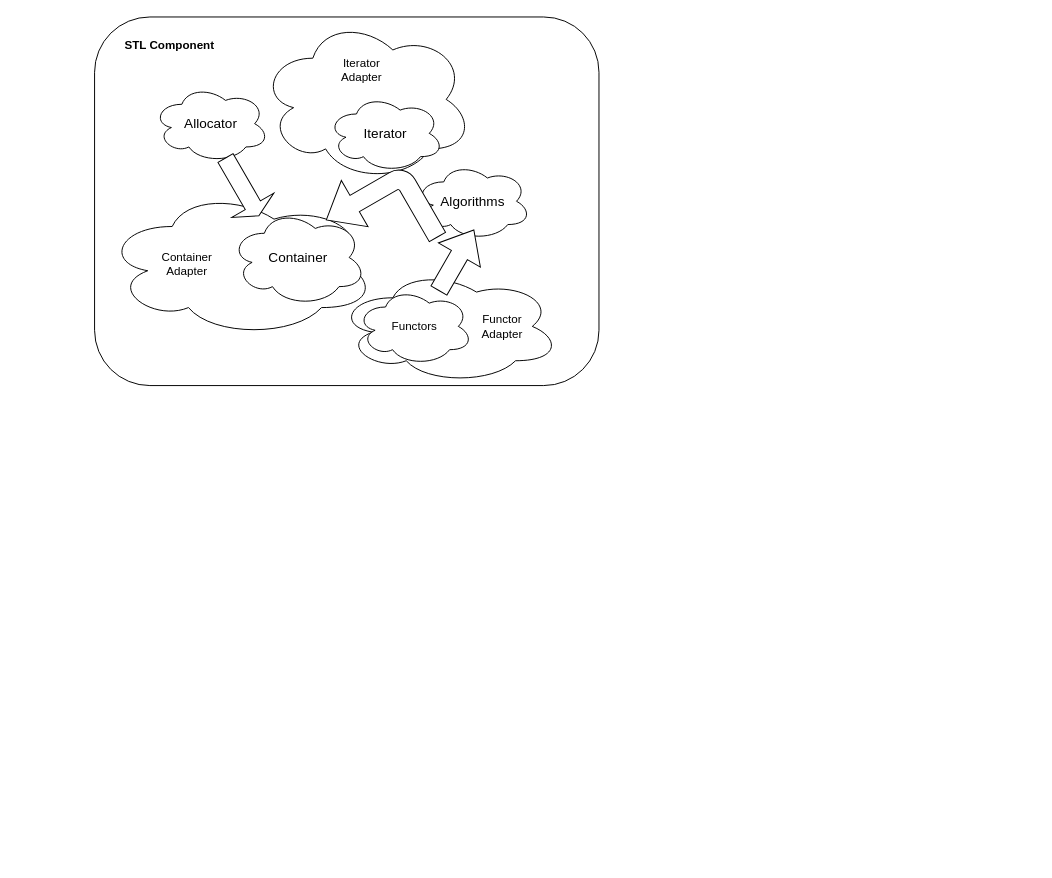
Before: c_plus_plus.drawio in Victor-zyy/blog, a draw.io diagram. Source tidied: cells renumbered, new cells numbered last; positions are measured from the earlier drawing's top-left corner, leaving out a move shared by most shapes. Both pictures are drawn from the tidied source at 97%, with x=0, y=0 at pixel (94, 16).
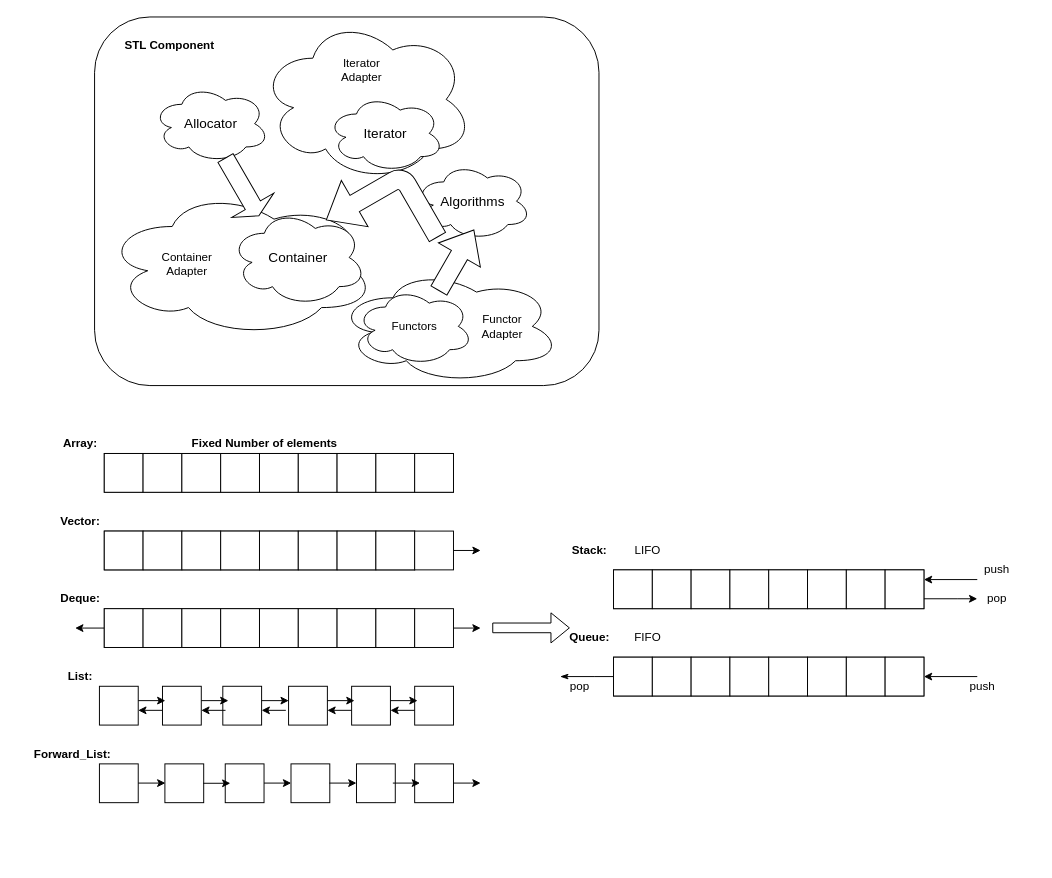
After the change.

Diff of the diagram source:
```diff
@@
+    <mxCell id="18" style="whiteSpace=wrap;html=1;strokeColor=#FFFFFF;" parent="1" vertex="1">
+      <mxGeometry x="-80" y="400" width="1050" height="470" as="geometry" />
+    </mxCell>
@@
+    <mxCell id="19" style="rounded=0;whiteSpace=wrap;html=1;" parent="1" vertex="1">
+      <mxGeometry x="10" y="450" width="360" height="40" as="geometry" />
+    </mxCell>
+    <mxCell id="20" style="rounded=0;whiteSpace=wrap;html=1;" parent="1" vertex="1">
+      <mxGeometry x="10" y="450" width="40" height="40" as="geometry" />
+    </mxCell>
+    <mxCell id="21" style="rounded=0;whiteSpace=wrap;html=1;" parent="1" vertex="1">
+      <mxGeometry x="50" y="450" width="40" height="40" as="geometry" />
+    </mxCell>
+    <mxCell id="22" style="rounded=0;whiteSpace=wrap;html=1;" parent="1" vertex="1">
+      <mxGeometry x="90" y="450" width="40" height="40" as="geometry" />
+    </mxCell>
+    <mxCell id="23" style="rounded=0;whiteSpace=wrap;html=1;" parent="1" vertex="1">
+      <mxGeometry x="130" y="450" width="40" height="40" as="geometry" />
+    </mxCell>
+    <mxCell id="24" style="rounded=0;whiteSpace=wrap;html=1;" parent="1" vertex="1">
+      <mxGeometry x="170" y="450" width="40" height="40" as="geometry" />
+    </mxCell>
+    <mxCell id="25" style="rounded=0;whiteSpace=wrap;html=1;" parent="1" vertex="1">
+      <mxGeometry x="210" y="450" width="40" height="40" as="geometry" />
+    </mxCell>
+    <mxCell id="26" style="rounded=0;whiteSpace=wrap;html=1;" parent="1" vertex="1">
+      <mxGeometry x="250" y="450" width="40" height="40" as="geometry" />
+    </mxCell>
+    <mxCell id="27" style="rounded=0;whiteSpace=wrap;html=1;" parent="1" vertex="1">
+      <mxGeometry x="290" y="450" width="40" height="40" as="geometry" />
+    </mxCell>
+    <mxCell id="28" style="rounded=0;whiteSpace=wrap;html=1;" parent="1" vertex="1">
+      <mxGeometry x="330" y="450" width="40" height="40" as="geometry" />
+    </mxCell>
+    <mxCell id="29" value="&lt;b&gt;Array:&lt;/b&gt;" style="text;html=1;align=center;verticalAlign=middle;" parent="1" vertex="1">
+      <mxGeometry x="-40" y="430" width="50" height="20" as="geometry" />
+    </mxCell>
+    <mxCell id="30" value="&lt;b&gt;Fixed Number of elements&lt;/b&gt;" style="text;html=1;align=center;verticalAlign=middle;" parent="1" vertex="1">
+      <mxGeometry x="90" y="430" width="170" height="20" as="geometry" />
+    </mxCell>
+    <mxCell id="31" value="&lt;b&gt;Vector:&lt;/b&gt;" style="text;html=1;align=center;verticalAlign=middle;" parent="1" vertex="1">
+      <mxGeometry x="-45" y="510" width="60" height="20" as="geometry" />
+    </mxCell>
+    <mxCell id="32" style="rounded=0;whiteSpace=wrap;html=1;" parent="1" vertex="1">
+      <mxGeometry x="10" y="530" width="320" height="40" as="geometry" />
+    </mxCell>
+    <mxCell id="33" style="rounded=0;whiteSpace=wrap;html=1;" parent="1" vertex="1">
+      <mxGeometry x="10" y="530" width="40" height="40" as="geometry" />
+    </mxCell>
+    <mxCell id="34" style="rounded=0;whiteSpace=wrap;html=1;" parent="1" vertex="1">
+      <mxGeometry x="50" y="530" width="40" height="40" as="geometry" />
+    </mxCell>
+    <mxCell id="35" style="rounded=0;whiteSpace=wrap;html=1;" parent="1" vertex="1">
+      <mxGeometry x="90" y="530" width="40" height="40" as="geometry" />
+    </mxCell>
+    <mxCell id="36" style="rounded=0;whiteSpace=wrap;html=1;" parent="1" vertex="1">
+      <mxGeometry x="130" y="530" width="40" height="40" as="geometry" />
+    </mxCell>
+    <mxCell id="37" style="rounded=0;whiteSpace=wrap;html=1;" parent="1" vertex="1">
+      <mxGeometry x="170" y="530" width="40" height="40" as="geometry" />
+    </mxCell>
+    <mxCell id="38" style="rounded=0;whiteSpace=wrap;html=1;" parent="1" vertex="1">
+      <mxGeometry x="210" y="530" width="40" height="40" as="geometry" />
+    </mxCell>
+    <mxCell id="39" style="rounded=0;whiteSpace=wrap;html=1;" parent="1" vertex="1">
+      <mxGeometry x="250" y="530" width="40" height="40" as="geometry" />
+    </mxCell>
+    <mxCell id="40" style="rounded=0;whiteSpace=wrap;html=1;" parent="1" vertex="1">
+      <mxGeometry x="290" y="530" width="40" height="40" as="geometry" />
+    </mxCell>
+    <mxCell id="41" style="edgeStyle=orthogonalEdgeStyle;rounded=0;jettySize=auto;html=1;" parent="1" edge="1" source="42">
+      <mxGeometry relative="1" as="geometry">
+        <mxPoint x="398" y="550" as="targetPoint" />
+      </mxGeometry>
+    </mxCell>
+    <mxCell id="42" style="rounded=0;whiteSpace=wrap;html=1;" parent="1" vertex="1">
+      <mxGeometry x="330" y="530" width="40" height="40" as="geometry" />
+    </mxCell>
+    <mxCell id="43" value="&lt;b&gt;Deque:&lt;/b&gt;" style="text;html=1;align=center;verticalAlign=middle;" parent="1" vertex="1">
+      <mxGeometry x="-45" y="590" width="60" height="20" as="geometry" />
+    </mxCell>
+    <mxCell id="44" style="rounded=0;whiteSpace=wrap;html=1;" parent="1" vertex="1">
+      <mxGeometry x="10" y="610" width="320" height="40" as="geometry" />
+    </mxCell>
+    <mxCell id="45" style="edgeStyle=orthogonalEdgeStyle;rounded=0;jettySize=auto;html=1;" parent="1" edge="1" source="46">
+      <mxGeometry relative="1" as="geometry">
+        <mxPoint x="-20" y="630" as="targetPoint" />
+      </mxGeometry>
+    </mxCell>
+    <mxCell id="46" style="rounded=0;whiteSpace=wrap;html=1;" parent="1" vertex="1">
+      <mxGeometry x="10" y="610" width="40" height="40" as="geometry" />
+    </mxCell>
+    <mxCell id="47" style="rounded=0;whiteSpace=wrap;html=1;" parent="1" vertex="1">
+      <mxGeometry x="50" y="610" width="40" height="40" as="geometry" />
+    </mxCell>
+    <mxCell id="48" style="rounded=0;whiteSpace=wrap;html=1;" parent="1" vertex="1">
+      <mxGeometry x="90" y="610" width="40" height="40" as="geometry" />
+    </mxCell>
+    <mxCell id="49" style="rounded=0;whiteSpace=wrap;html=1;" parent="1" vertex="1">
+      <mxGeometry x="130" y="610" width="40" height="40" as="geometry" />
+    </mxCell>
+    <mxCell id="50" style="rounded=0;whiteSpace=wrap;html=1;" parent="1" vertex="1">
+      <mxGeometry x="170" y="610" width="40" height="40" as="geometry" />
+    </mxCell>
+    <mxCell id="51" style="rounded=0;whiteSpace=wrap;html=1;" parent="1" vertex="1">
+      <mxGeometry x="210" y="610" width="40" height="40" as="geometry" />
+    </mxCell>
+    <mxCell id="52" style="rounded=0;whiteSpace=wrap;html=1;" parent="1" vertex="1">
+      <mxGeometry x="250" y="610" width="40" height="40" as="geometry" />
+    </mxCell>
+    <mxCell id="53" style="rounded=0;whiteSpace=wrap;html=1;" parent="1" vertex="1">
+      <mxGeometry x="290" y="610" width="40" height="40" as="geometry" />
+    </mxCell>
+    <mxCell id="54" style="edgeStyle=orthogonalEdgeStyle;rounded=0;jettySize=auto;html=1;" parent="1" edge="1" source="55">
+      <mxGeometry relative="1" as="geometry">
+        <mxPoint x="398" y="630" as="targetPoint" />
+      </mxGeometry>
+    </mxCell>
+    <mxCell id="55" style="rounded=0;whiteSpace=wrap;html=1;" parent="1" vertex="1">
+      <mxGeometry x="330" y="610" width="40" height="40" as="geometry" />
+    </mxCell>
+    <mxCell id="56" value="&lt;b&gt;List:&lt;/b&gt;" style="text;html=1;align=center;verticalAlign=middle;" parent="1" vertex="1">
+      <mxGeometry x="-35" y="670" width="40" height="20" as="geometry" />
+    </mxCell>
+    <mxCell id="57" style="rounded=0;whiteSpace=wrap;html=1;" parent="1" vertex="1">
+      <mxGeometry x="5" y="690" width="40" height="40" as="geometry" />
+    </mxCell>
+    <mxCell id="58" style="rounded=0;whiteSpace=wrap;html=1;" parent="1" vertex="1">
+      <mxGeometry x="132.2" y="690" width="40" height="40" as="geometry" />
+    </mxCell>
+    <mxCell id="59" style="rounded=0;whiteSpace=wrap;html=1;" parent="1" vertex="1">
+      <mxGeometry x="200" y="690" width="40" height="40" as="geometry" />
+    </mxCell>
+    <mxCell id="60" style="rounded=0;whiteSpace=wrap;html=1;" parent="1" vertex="1">
+      <mxGeometry x="265" y="690" width="40" height="40" as="geometry" />
+    </mxCell>
+    <mxCell id="61" style="rounded=0;whiteSpace=wrap;html=1;" parent="1" vertex="1">
+      <mxGeometry x="330" y="690" width="40" height="40" as="geometry" />
+    </mxCell>
+    <mxCell id="62" style="rounded=0;whiteSpace=wrap;html=1;" parent="1" vertex="1">
+      <mxGeometry x="70" y="690" width="40" height="40" as="geometry" />
+    </mxCell>
+    <mxCell id="63" style="edgeStyle=orthogonalEdgeStyle;rounded=0;orthogonalLoop=1;jettySize=auto;html=1;" parent="1" edge="1">
+      <mxGeometry relative="1" as="geometry">
+        <mxPoint x="305" y="704.8" as="sourcePoint" />
+        <mxPoint x="333" y="704.8" as="targetPoint" />
+      </mxGeometry>
+    </mxCell>
+    <mxCell id="64" style="edgeStyle=orthogonalEdgeStyle;rounded=0;orthogonalLoop=1;jettySize=auto;html=1;startArrow=classic;startFill=1;endArrow=none;endFill=0;" parent="1" edge="1">
+      <mxGeometry relative="1" as="geometry">
+        <mxPoint x="305" y="714.8" as="sourcePoint" />
+        <mxPoint x="330" y="714.8" as="targetPoint" />
+      </mxGeometry>
+    </mxCell>
+    <mxCell id="65" style="edgeStyle=orthogonalEdgeStyle;rounded=0;orthogonalLoop=1;jettySize=auto;html=1;" parent="1" edge="1">
+      <mxGeometry relative="1" as="geometry">
+        <mxPoint x="240" y="704.8" as="sourcePoint" />
+        <mxPoint x="268" y="704.8" as="targetPoint" />
+      </mxGeometry>
+    </mxCell>
+    <mxCell id="66" style="edgeStyle=orthogonalEdgeStyle;rounded=0;orthogonalLoop=1;jettySize=auto;html=1;startArrow=classic;startFill=1;endArrow=none;endFill=0;" parent="1" edge="1">
+      <mxGeometry relative="1" as="geometry">
+        <mxPoint x="240" y="714.8" as="sourcePoint" />
+        <mxPoint x="265" y="714.8" as="targetPoint" />
+      </mxGeometry>
+    </mxCell>
+    <mxCell id="67" style="edgeStyle=orthogonalEdgeStyle;rounded=0;orthogonalLoop=1;jettySize=auto;html=1;" parent="1" edge="1">
+      <mxGeometry relative="1" as="geometry">
+        <mxPoint x="172.2" y="704.8" as="sourcePoint" />
+        <mxPoint x="200.2" y="704.8" as="targetPoint" />
+      </mxGeometry>
+    </mxCell>
+    <mxCell id="68" style="edgeStyle=orthogonalEdgeStyle;rounded=0;orthogonalLoop=1;jettySize=auto;html=1;startArrow=classic;startFill=1;endArrow=none;endFill=0;" parent="1" edge="1">
+      <mxGeometry relative="1" as="geometry">
+        <mxPoint x="172.2" y="714.8" as="sourcePoint" />
+        <mxPoint x="197.2" y="714.8" as="targetPoint" />
+      </mxGeometry>
+    </mxCell>
+    <mxCell id="69" style="edgeStyle=orthogonalEdgeStyle;rounded=0;orthogonalLoop=1;jettySize=auto;html=1;" parent="1" edge="1">
+      <mxGeometry relative="1" as="geometry">
+        <mxPoint x="110" y="704.8" as="sourcePoint" />
+        <mxPoint x="138" y="704.8" as="targetPoint" />
+      </mxGeometry>
+    </mxCell>
+    <mxCell id="70" style="edgeStyle=orthogonalEdgeStyle;rounded=0;orthogonalLoop=1;jettySize=auto;html=1;startArrow=classic;startFill=1;endArrow=none;endFill=0;" parent="1" edge="1">
+      <mxGeometry relative="1" as="geometry">
+        <mxPoint x="110" y="714.8" as="sourcePoint" />
+        <mxPoint x="135" y="714.8" as="targetPoint" />
+      </mxGeometry>
+    </mxCell>
+    <mxCell id="71" style="edgeStyle=orthogonalEdgeStyle;rounded=0;orthogonalLoop=1;jettySize=auto;html=1;" parent="1" edge="1">
+      <mxGeometry relative="1" as="geometry">
+        <mxPoint x="45" y="704.8" as="sourcePoint" />
+        <mxPoint x="73" y="704.8" as="targetPoint" />
+      </mxGeometry>
+    </mxCell>
+    <mxCell id="72" style="edgeStyle=orthogonalEdgeStyle;rounded=0;orthogonalLoop=1;jettySize=auto;html=1;startArrow=classic;startFill=1;endArrow=none;endFill=0;" parent="1" edge="1">
+      <mxGeometry relative="1" as="geometry">
+        <mxPoint x="45" y="714.8" as="sourcePoint" />
+        <mxPoint x="70" y="714.8" as="targetPoint" />
+      </mxGeometry>
+    </mxCell>
+    <mxCell id="73" value="&lt;b&gt;Forward_List:&lt;/b&gt;" style="text;html=1;align=center;verticalAlign=middle;" parent="1" vertex="1">
+      <mxGeometry x="-67.8" y="750" width="90" height="20" as="geometry" />
+    </mxCell>
+    <mxCell id="74" style="rounded=0;whiteSpace=wrap;html=1;" parent="1" vertex="1">
+      <mxGeometry x="5" y="770" width="40" height="40" as="geometry" />
+    </mxCell>
+    <mxCell id="75" style="rounded=0;whiteSpace=wrap;html=1;" parent="1" vertex="1">
+      <mxGeometry x="134.7" y="770" width="40" height="40" as="geometry" />
+    </mxCell>
+    <mxCell id="76" style="rounded=0;whiteSpace=wrap;html=1;" parent="1" vertex="1">
+      <mxGeometry x="202.5" y="770" width="40" height="40" as="geometry" />
+    </mxCell>
+    <mxCell id="77" style="rounded=0;whiteSpace=wrap;html=1;" parent="1" vertex="1">
+      <mxGeometry x="270" y="770" width="40" height="40" as="geometry" />
+    </mxCell>
+    <mxCell id="78" style="rounded=0;whiteSpace=wrap;html=1;" parent="1" vertex="1">
+      <mxGeometry x="330" y="770" width="40" height="40" as="geometry" />
+    </mxCell>
+    <mxCell id="79" style="rounded=0;whiteSpace=wrap;html=1;" parent="1" vertex="1">
+      <mxGeometry x="72.5" y="770" width="40" height="40" as="geometry" />
+    </mxCell>
+    <mxCell id="80" style="edgeStyle=orthogonalEdgeStyle;rounded=0;orthogonalLoop=1;jettySize=auto;html=1;" parent="1" edge="1">
+      <mxGeometry relative="1" as="geometry">
+        <mxPoint x="307.5" y="789.8" as="sourcePoint" />
+        <mxPoint x="335.5" y="789.8" as="targetPoint" />
+      </mxGeometry>
+    </mxCell>
+    <mxCell id="81" style="edgeStyle=orthogonalEdgeStyle;rounded=0;orthogonalLoop=1;jettySize=auto;html=1;" parent="1" edge="1">
+      <mxGeometry relative="1" as="geometry">
+        <mxPoint x="242" y="789.8" as="sourcePoint" />
+        <mxPoint x="270" y="789.8" as="targetPoint" />
+      </mxGeometry>
+    </mxCell>
+    <mxCell id="82" style="edgeStyle=orthogonalEdgeStyle;rounded=0;orthogonalLoop=1;jettySize=auto;html=1;" parent="1" edge="1">
+      <mxGeometry relative="1" as="geometry">
+        <mxPoint x="174.7" y="789.8" as="sourcePoint" />
+        <mxPoint x="202.7" y="789.8" as="targetPoint" />
+      </mxGeometry>
+    </mxCell>
+    <mxCell id="83" style="edgeStyle=orthogonalEdgeStyle;rounded=0;orthogonalLoop=1;jettySize=auto;html=1;" parent="1" edge="1">
+      <mxGeometry relative="1" as="geometry">
+        <mxPoint x="112" y="790" as="sourcePoint" />
+        <mxPoint x="140" y="789.8" as="targetPoint" />
+      </mxGeometry>
+    </mxCell>
+    <mxCell id="84" style="edgeStyle=orthogonalEdgeStyle;rounded=0;orthogonalLoop=1;jettySize=auto;html=1;" parent="1" edge="1">
+      <mxGeometry relative="1" as="geometry">
+        <mxPoint x="45" y="789.8" as="sourcePoint" />
+        <mxPoint x="73" y="789.8" as="targetPoint" />
+      </mxGeometry>
+    </mxCell>
+    <mxCell id="85" style="edgeStyle=orthogonalEdgeStyle;rounded=0;orthogonalLoop=1;jettySize=auto;html=1;" parent="1" edge="1">
+      <mxGeometry relative="1" as="geometry">
+        <mxPoint x="370" y="789.8" as="sourcePoint" />
+        <mxPoint x="398" y="789.8" as="targetPoint" />
+        <Array as="points">
+          <mxPoint x="387.5" y="790" />
+          <mxPoint x="387.5" y="790" />
+        </Array>
+      </mxGeometry>
+    </mxCell>
+    <mxCell id="86" style="shape=flexArrow;endArrow=classic;html=1;" parent="1" edge="1">
+      <mxGeometry relative="1" as="geometry">
+        <mxPoint x="410" y="629.8" as="sourcePoint" />
+        <mxPoint x="490" y="629.8" as="targetPoint" />
+      </mxGeometry>
+    </mxCell>
+    <mxCell id="87" value="&lt;b&gt;Stack:&lt;/b&gt;" style="text;html=1;align=center;verticalAlign=middle;" parent="1" vertex="1">
+      <mxGeometry x="485" y="540" width="50" height="20" as="geometry" />
+    </mxCell>
+    <mxCell id="88" style="rounded=0;whiteSpace=wrap;html=1;" parent="1" vertex="1">
+      <mxGeometry x="535" y="570" width="320" height="40" as="geometry" />
+    </mxCell>
+    <mxCell id="89" style="rounded=0;whiteSpace=wrap;html=1;" parent="1" vertex="1">
+      <mxGeometry x="535" y="570" width="40" height="40" as="geometry" />
+    </mxCell>
+    <mxCell id="90" style="rounded=0;whiteSpace=wrap;html=1;" parent="1" vertex="1">
+      <mxGeometry x="575" y="570" width="40" height="40" as="geometry" />
+    </mxCell>
+    <mxCell id="91" style="rounded=0;whiteSpace=wrap;html=1;" parent="1" vertex="1">
+      <mxGeometry x="615" y="570" width="40" height="40" as="geometry" />
+    </mxCell>
+    <mxCell id="92" style="rounded=0;whiteSpace=wrap;html=1;" parent="1" vertex="1">
+      <mxGeometry x="655" y="570" width="40" height="40" as="geometry" />
+    </mxCell>
+    <mxCell id="93" style="rounded=0;whiteSpace=wrap;html=1;" parent="1" vertex="1">
+      <mxGeometry x="695" y="570" width="40" height="40" as="geometry" />
+    </mxCell>
+    <mxCell id="94" style="rounded=0;whiteSpace=wrap;html=1;" parent="1" vertex="1">
+      <mxGeometry x="735" y="570" width="40" height="40" as="geometry" />
+    </mxCell>
+    <mxCell id="95" style="rounded=0;whiteSpace=wrap;html=1;" parent="1" vertex="1">
+      <mxGeometry x="775" y="570" width="40" height="40" as="geometry" />
+    </mxCell>
+    <mxCell id="96" style="rounded=0;whiteSpace=wrap;html=1;" parent="1" vertex="1">
+      <mxGeometry x="815" y="570" width="40" height="40" as="geometry" />
+    </mxCell>
+    <mxCell id="97" style="edgeStyle=orthogonalEdgeStyle;rounded=0;jettySize=auto;html=1;startArrow=none;startFill=0;endArrow=classic;endFill=1;" parent="1" edge="1" target="96">
+      <mxGeometry relative="1" as="geometry">
+        <mxPoint x="910" y="580" as="sourcePoint" />
+        <Array as="points">
+          <mxPoint x="910" y="580" />
+        </Array>
+      </mxGeometry>
+    </mxCell>
+    <mxCell id="98" value="push" style="text;html=1;align=center;verticalAlign=middle;" parent="1" vertex="1">
+      <mxGeometry x="910" y="560" width="40" height="20" as="geometry" />
+    </mxCell>
+    <mxCell id="99" style="edgeStyle=orthogonalEdgeStyle;rounded=0;orthogonalLoop=1;jettySize=auto;html=1;startArrow=classic;startFill=1;endArrow=none;endFill=0;" parent="1" edge="1">
+      <mxGeometry relative="1" as="geometry">
+        <mxPoint x="910" y="599.8" as="sourcePoint" />
+        <mxPoint x="855" y="599.8" as="targetPoint" />
+        <Array as="points">
+          <mxPoint x="890" y="599.8" />
+          <mxPoint x="890" y="599.8" />
+        </Array>
+      </mxGeometry>
+    </mxCell>
+    <mxCell id="100" value="pop" style="text;html=1;align=center;verticalAlign=middle;" parent="1" vertex="1">
+      <mxGeometry x="910" y="590" width="40" height="20" as="geometry" />
+    </mxCell>
+    <mxCell id="101" value="&lt;b&gt;Queue:&lt;/b&gt;" style="text;html=1;align=center;verticalAlign=middle;" parent="1" vertex="1">
+      <mxGeometry x="480" y="630" width="60" height="20" as="geometry" />
+    </mxCell>
+    <mxCell id="102" style="rounded=0;whiteSpace=wrap;html=1;" parent="1" vertex="1">
+      <mxGeometry x="535" y="660" width="320" height="40" as="geometry" />
+    </mxCell>
+    <mxCell id="103" style="rounded=0;whiteSpace=wrap;html=1;" parent="1" vertex="1">
+      <mxGeometry x="535" y="660" width="40" height="40" as="geometry" />
+    </mxCell>
+    <mxCell id="104" style="rounded=0;whiteSpace=wrap;html=1;" parent="1" vertex="1">
+      <mxGeometry x="575" y="660" width="40" height="40" as="geometry" />
+    </mxCell>
+    <mxCell id="105" style="rounded=0;whiteSpace=wrap;html=1;" parent="1" vertex="1">
+      <mxGeometry x="615" y="660" width="40" height="40" as="geometry" />
+    </mxCell>
+    <mxCell id="106" style="rounded=0;whiteSpace=wrap;html=1;" parent="1" vertex="1">
+      <mxGeometry x="655" y="660" width="40" height="40" as="geometry" />
+    </mxCell>
+    <mxCell id="107" style="rounded=0;whiteSpace=wrap;html=1;" parent="1" vertex="1">
+      <mxGeometry x="695" y="660" width="40" height="40" as="geometry" />
+    </mxCell>
+    <mxCell id="108" style="rounded=0;whiteSpace=wrap;html=1;" parent="1" vertex="1">
+      <mxGeometry x="735" y="660" width="40" height="40" as="geometry" />
+    </mxCell>
+    <mxCell id="109" style="rounded=0;whiteSpace=wrap;html=1;" parent="1" vertex="1">
+      <mxGeometry x="775" y="660" width="40" height="40" as="geometry" />
+    </mxCell>
+    <mxCell id="110" style="rounded=0;whiteSpace=wrap;html=1;" parent="1" vertex="1">
+      <mxGeometry x="815" y="660" width="40" height="40" as="geometry" />
+    </mxCell>
+    <mxCell id="111" style="edgeStyle=orthogonalEdgeStyle;rounded=0;jettySize=auto;html=1;startArrow=none;startFill=0;endArrow=classic;endFill=1;" parent="1" edge="1" target="110">
+      <mxGeometry relative="1" as="geometry">
+        <mxPoint x="910" y="680" as="sourcePoint" />
+        <Array as="points">
+          <mxPoint x="910" y="680" />
+        </Array>
+      </mxGeometry>
+    </mxCell>
+    <mxCell id="112" value="push" style="text;html=1;align=center;verticalAlign=middle;" parent="1" vertex="1">
+      <mxGeometry x="895" y="680" width="40" height="20" as="geometry" />
+    </mxCell>
+    <mxCell id="113" style="edgeStyle=orthogonalEdgeStyle;rounded=0;orthogonalLoop=1;jettySize=auto;html=1;startArrow=none;startFill=0;endArrow=classicThin;endFill=1;" parent="1" edge="1">
+      <mxGeometry relative="1" as="geometry">
+        <mxPoint x="535" y="680" as="sourcePoint" />
+        <mxPoint x="480" y="680" as="targetPoint" />
+        <Array as="points">
+          <mxPoint x="515" y="680" />
+          <mxPoint x="515" y="680" />
+        </Array>
+      </mxGeometry>
+    </mxCell>
+    <mxCell id="114" value="pop" style="text;html=1;align=center;verticalAlign=middle;" parent="1" vertex="1">
+      <mxGeometry x="480" y="680" width="40" height="20" as="geometry" />
+    </mxCell>
+    <mxCell id="115" value="LIFO" style="text;html=1;align=center;verticalAlign=middle;" parent="1" vertex="1">
+      <mxGeometry x="550" y="540" width="40" height="20" as="geometry" />
+    </mxCell>
+    <mxCell id="116" value="FIFO" style="text;html=1;align=center;verticalAlign=middle;" parent="1" vertex="1">
+      <mxGeometry x="550" y="630" width="40" height="20" as="geometry" />
+    </mxCell>
```
